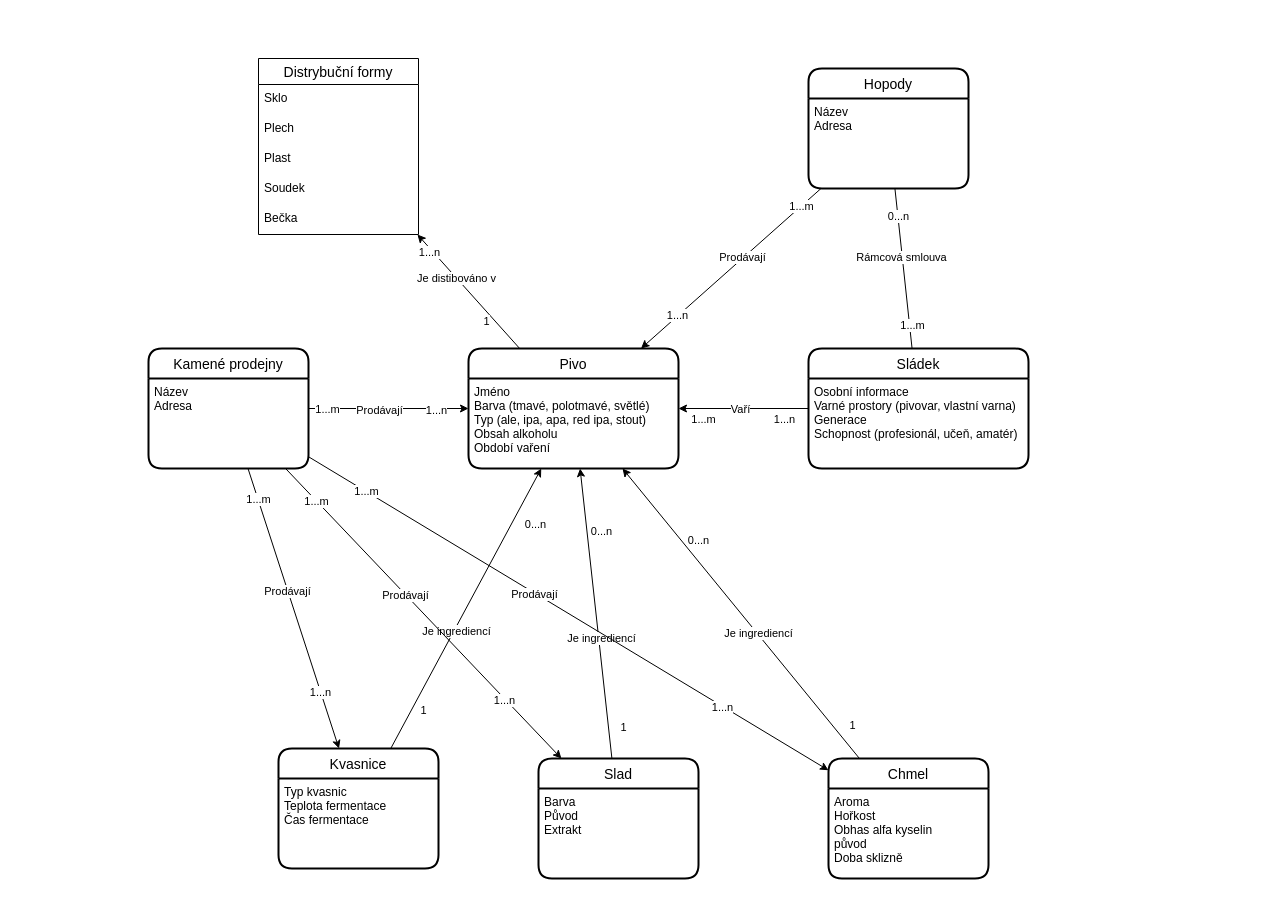
Above: IUS/IUS_projekt/ERD.drawio in dan1235689/Diagrams (draw.io), before the change. Source tidied: cells renumbered, new cells numbered last; positions are measured from the earlier drawing's top-left corner, leaving out a move shared by most shapes. Both pictures are drawn from the tidied source at 100%, with x=0, y=0 at pixel (148, 58).
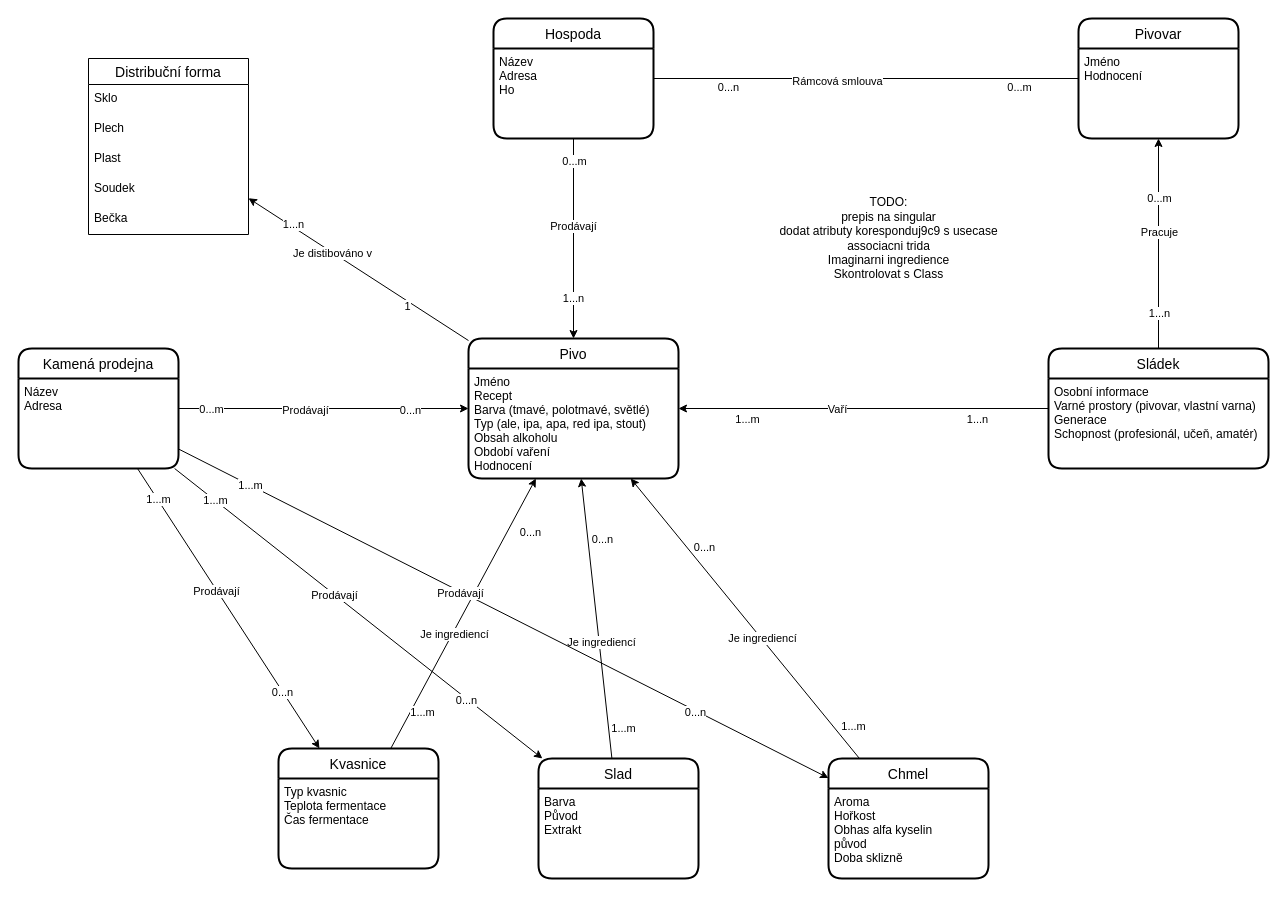
Above is the later version.

Unchanged cells that the change refers to:
```xml
<mxCell id="2" style="edgeStyle=none;html=1;startArrow=classic;startFill=1;endArrow=none;endFill=0;" parent="1" edge="1" source="6" target="14">
  <mxGeometry relative="1" as="geometry" />
</mxCell>
<mxCell id="8" style="edgeStyle=none;html=1;startArrow=classic;startFill=1;endArrow=none;endFill=0;" parent="1" edge="1" source="6" target="12">
  <mxGeometry relative="1" as="geometry" />
</mxCell>
<mxCell id="18" style="edgeStyle=none;html=1;endArrow=none;endFill=0;startArrow=classic;startFill=1;" parent="1" edge="1" source="6" target="16">
  <mxGeometry relative="1" as="geometry" />
</mxCell>
<mxCell id="40" style="edgeStyle=none;html=1;startArrow=classic;startFill=1;endArrow=none;endFill=0;" parent="1" edge="1" source="6" target="44">
  <mxGeometry relative="1" as="geometry" />
</mxCell>
<mxCell id="46" style="edgeStyle=none;html=1;startArrow=classic;startFill=1;endArrow=none;endFill=0;" parent="1" edge="1" source="16" target="44">
  <mxGeometry relative="1" as="geometry" />
</mxCell>
<mxCell id="50" style="edgeStyle=none;html=1;startArrow=classic;startFill=1;endArrow=none;endFill=0;" parent="1" edge="1" source="12" target="44">
  <mxGeometry relative="1" as="geometry" />
</mxCell>
<mxCell id="54" style="edgeStyle=none;html=1;startArrow=classic;startFill=1;endArrow=none;endFill=0;" parent="1" edge="1" source="14" target="44">
  <mxGeometry relative="1" as="geometry" />
</mxCell>
<mxCell id="58" style="edgeStyle=none;html=1;startArrow=classic;startFill=1;endArrow=none;endFill=0;" parent="1" edge="1" source="6" target="38">
  <mxGeometry relative="1" as="geometry" />
</mxCell>
```

Change to the diagram source:
```diff
@@
-    <mxCell id="5" value="1" style="edgeLabel;html=1;align=center;verticalAlign=middle;" parent="2" vertex="1">
+    <mxCell id="5" value="1...m" style="edgeLabel;html=1;align=center;verticalAlign=middle;" parent="2" vertex="1">
       <mxGeometry x="0.83" y="1" relative="1" as="geometry">
         <mxPoint x="12" y="-8" as="offset" />
       </mxGeometry>
     </mxCell>
     <mxCell id="6" value="Pivo" style="swimlane;horizontal=1;startSize=30;rounded=1;fontSize=14;fontStyle=0;strokeWidth=2;shadow=0;dashed=0;align=center;" parent="1" vertex="1">
-      <mxGeometry x="320" y="290" width="210" height="120" as="geometry" />
+      <mxGeometry x="320" y="280" width="210" height="140" as="geometry" />
     </mxCell>
-    <mxCell id="7" value="Jméno&#10;Barva (tmavé, polotmavé, světlé)&#10;Typ (ale, ipa, apa, red ipa, stout)&#10;Obsah alkoholu&#10;Období vaření" style="align=left;strokeColor=none;fillColor=none;spacingLeft=4;fontSize=12;verticalAlign=top;" parent="6" vertex="1">
-      <mxGeometry y="30" width="210" height="90" as="geometry" />
+    <mxCell id="7" value="Jméno&#10;Recept&#10;Barva (tmavé, polotmavé, světlé)&#10;Typ (ale, ipa, apa, red ipa, stout)&#10;Obsah alkoholu&#10;Období vaření&#10;Hodnocení" style="align=left;strokeColor=none;fillColor=none;spacingLeft=4;fontSize=12;verticalAlign=top;" parent="6" vertex="1">
+      <mxGeometry y="30" width="210" height="110" as="geometry" />
     </mxCell>
@@
-    <mxCell id="11" value="1" style="edgeLabel;html=1;align=center;verticalAlign=middle;" parent="8" vertex="1">
+    <mxCell id="11" value="1...m" style="edgeLabel;html=1;align=center;verticalAlign=middle;" parent="8" vertex="1">
       <mxGeometry x="0.86" y="1" relative="1" as="geometry">
         <mxPoint x="12" y="-11" as="offset" />
       </mxGeometry>
     </mxCell>
@@
-    <mxCell id="19" value="1" style="edgeLabel;html=1;align=center;verticalAlign=middle;" parent="18" vertex="1">
+    <mxCell id="19" value="1...m" style="edgeLabel;html=1;align=center;verticalAlign=middle;" parent="18" vertex="1">
       <mxGeometry x="0.61" relative="1" as="geometry">
         <mxPoint x="3" y="16" as="offset" />
       </mxGeometry>
     </mxCell>
@@
-    <mxCell id="26" value="Distrybuční formy" style="swimlane;fontStyle=0;horizontal=1;startSize=26;align=center;fontSize=14;" parent="1" vertex="1">
-      <mxGeometry x="110" width="160" height="176" as="geometry" />
+    <mxCell id="26" value="Distribuční forma" style="swimlane;fontStyle=0;horizontal=1;startSize=26;align=center;fontSize=14;" parent="1" vertex="1">
+      <mxGeometry x="-60" width="160" height="176" as="geometry" />
     </mxCell>
@@
+    <mxCell id="66" style="edgeStyle=none;html=1;" parent="1" edge="1" source="36" target="70">
+      <mxGeometry relative="1" as="geometry" />
+    </mxCell>
+    <mxCell id="67" value="1...n" style="edgeLabel;html=1;align=center;verticalAlign=middle;" parent="66" vertex="1">
+      <mxGeometry x="-0.66" relative="1" as="geometry" />
+    </mxCell>
+    <mxCell id="68" value="0...m" style="edgeLabel;html=1;align=center;verticalAlign=middle;" parent="66" vertex="1">
+      <mxGeometry x="0.44" relative="1" as="geometry" />
+    </mxCell>
+    <mxCell id="69" value="Pracuje" style="edgeLabel;html=1;align=center;verticalAlign=middle;" parent="66" vertex="1">
+      <mxGeometry x="0.11" relative="1" as="geometry" />
+    </mxCell>
     <mxCell id="36" value="Sládek" style="swimlane;horizontal=1;startSize=30;rounded=1;fontSize=14;fontStyle=0;strokeWidth=2;shadow=0;dashed=0;align=center;" parent="1" vertex="1">
-      <mxGeometry x="660" y="290" width="220" height="120" as="geometry" />
+      <mxGeometry x="900" y="290" width="220" height="120" as="geometry" />
     </mxCell>
@@
-    <mxCell id="38" value="Hopody" style="swimlane;horizontal=1;startSize=30;rounded=1;fontSize=14;fontStyle=0;strokeWidth=2;shadow=0;dashed=0;align=center;" parent="1" vertex="1">
-      <mxGeometry x="660" y="10" width="160" height="120" as="geometry" />
+    <mxCell id="38" value="Hospoda" style="swimlane;horizontal=1;startSize=30;rounded=1;fontSize=14;fontStyle=0;strokeWidth=2;shadow=0;dashed=0;align=center;" parent="1" vertex="1">
+      <mxGeometry x="345" y="-40" width="160" height="120" as="geometry" />
     </mxCell>
-    <mxCell id="39" value="Název&#10;Adresa" style="align=left;strokeColor=none;fillColor=none;spacingLeft=4;fontSize=12;verticalAlign=top;" parent="38" vertex="1">
+    <mxCell id="39" value="Název&#10;Adresa&#10;Ho" style="align=left;strokeColor=none;fillColor=none;spacingLeft=4;fontSize=12;verticalAlign=top;" parent="38" vertex="1">
       <mxGeometry y="30" width="160" height="90" as="geometry" />
     </mxCell>
@@
-    <mxCell id="42" value="1...m" style="edgeLabel;html=1;align=center;verticalAlign=middle;" parent="40" vertex="1">
+    <mxCell id="42" value="0...m" style="edgeLabel;html=1;align=center;verticalAlign=middle;" parent="40" vertex="1">
       <mxGeometry x="0.78" relative="1" as="geometry" />
     </mxCell>
-    <mxCell id="43" value="1...n" style="edgeLabel;html=1;align=center;verticalAlign=middle;" parent="40" vertex="1">
+    <mxCell id="43" value="0...n" style="edgeLabel;html=1;align=center;verticalAlign=middle;" parent="40" vertex="1">
       <mxGeometry x="-0.59" y="1" relative="1" as="geometry" />
     </mxCell>
-    <mxCell id="44" value="Kamené prodejny" style="swimlane;horizontal=1;startSize=30;rounded=1;fontSize=14;fontStyle=0;strokeWidth=2;shadow=0;dashed=0;align=center;" parent="1" vertex="1">
-      <mxGeometry y="290" width="160" height="120" as="geometry" />
+    <mxCell id="44" value="Kamená prodejna" style="swimlane;horizontal=1;startSize=30;rounded=1;fontSize=14;fontStyle=0;strokeWidth=2;shadow=0;dashed=0;align=center;" parent="1" vertex="1">
+      <mxGeometry x="-130" y="290" width="160" height="120" as="geometry" />
     </mxCell>
@@
-    <mxCell id="49" value="1...n" style="edgeLabel;html=1;align=center;verticalAlign=middle;" parent="46" vertex="1">
+    <mxCell id="49" value="0...n" style="edgeLabel;html=1;align=center;verticalAlign=middle;" parent="46" vertex="1">
       <mxGeometry x="-0.59" y="1" relative="1" as="geometry" />
     </mxCell>
@@
-    <mxCell id="53" value="1...n" style="edgeLabel;html=1;align=center;verticalAlign=middle;" parent="50" vertex="1">
+    <mxCell id="53" value="0...n" style="edgeLabel;html=1;align=center;verticalAlign=middle;" parent="50" vertex="1">
       <mxGeometry x="-0.59" y="1" relative="1" as="geometry" />
     </mxCell>
@@
-    <mxCell id="57" value="1...n" style="edgeLabel;html=1;align=center;verticalAlign=middle;" parent="54" vertex="1">
+    <mxCell id="57" value="0...n" style="edgeLabel;html=1;align=center;verticalAlign=middle;" parent="54" vertex="1">
       <mxGeometry x="-0.59" y="1" relative="1" as="geometry" />
     </mxCell>
@@
-    <mxCell id="60" value="1...m" style="edgeLabel;html=1;align=center;verticalAlign=middle;" parent="58" vertex="1">
+    <mxCell id="60" value="0...m" style="edgeLabel;html=1;align=center;verticalAlign=middle;" parent="58" vertex="1">
       <mxGeometry x="0.78" relative="1" as="geometry" />
     </mxCell>
@@
-    <mxCell id="62" style="edgeStyle=none;html=1;startArrow=none;startFill=0;endArrow=none;endFill=0;" parent="1" edge="1" source="36" target="38">
+    <mxCell id="62" style="edgeStyle=none;html=1;startArrow=none;startFill=0;endArrow=none;endFill=0;" parent="1" edge="1" source="70" target="38">
       <mxGeometry relative="1" as="geometry" />
     </mxCell>
     <mxCell id="63" value="Rámcová smlouva" style="edgeLabel;html=1;align=center;verticalAlign=middle;" parent="62" vertex="1">
-      <mxGeometry x="0.14" y="1" relative="1" as="geometry" />
+      <mxGeometry x="0.14" y="1" relative="1" as="geometry">
+        <mxPoint y="1" as="offset" />
+      </mxGeometry>
     </mxCell>
     <mxCell id="64" value="0...n" style="edgeLabel;html=1;align=center;verticalAlign=middle;" parent="62" vertex="1">
-      <mxGeometry x="0.65" relative="1" as="geometry" />
+      <mxGeometry x="0.65" relative="1" as="geometry">
+        <mxPoint y="8" as="offset" />
+      </mxGeometry>
     </mxCell>
-    <mxCell id="65" value="1...m" style="edgeLabel;html=1;align=center;verticalAlign=middle;" parent="62" vertex="1">
-      <mxGeometry x="-0.72" y="-2" relative="1" as="geometry" />
+    <mxCell id="65" value="0...m" style="edgeLabel;html=1;align=center;verticalAlign=middle;" parent="62" vertex="1">
+      <mxGeometry x="-0.72" y="-2" relative="1" as="geometry">
+        <mxPoint y="10" as="offset" />
+      </mxGeometry>
     </mxCell>
+    <mxCell id="70" value="Pivovar" style="swimlane;horizontal=1;startSize=30;rounded=1;fontSize=14;fontStyle=0;strokeWidth=2;shadow=0;dashed=0;align=center;" parent="1" vertex="1">
+      <mxGeometry x="930" y="-40" width="160" height="120" as="geometry" />
+    </mxCell>
+    <mxCell id="71" value="Jméno&#10;Hodnocení" style="align=left;strokeColor=none;fillColor=none;spacingLeft=4;fontSize=12;verticalAlign=top;" parent="70" vertex="1">
+      <mxGeometry y="30" width="160" height="90" as="geometry" />
+    </mxCell>
+    <mxCell id="72" value="TODO:&lt;br&gt;prepis na singular&lt;br&gt;dodat atributy koresponduj9c9 s usecase&lt;br&gt;associacni trida&lt;br&gt;Imaginarni ingredience&lt;br&gt;Skontrolovat s Class" style="text;html=1;align=center;verticalAlign=middle;strokeColor=none;fillColor=none;" parent="1" vertex="1">
+      <mxGeometry x="620" y="130" width="240" height="100" as="geometry" />
+    </mxCell>
```
